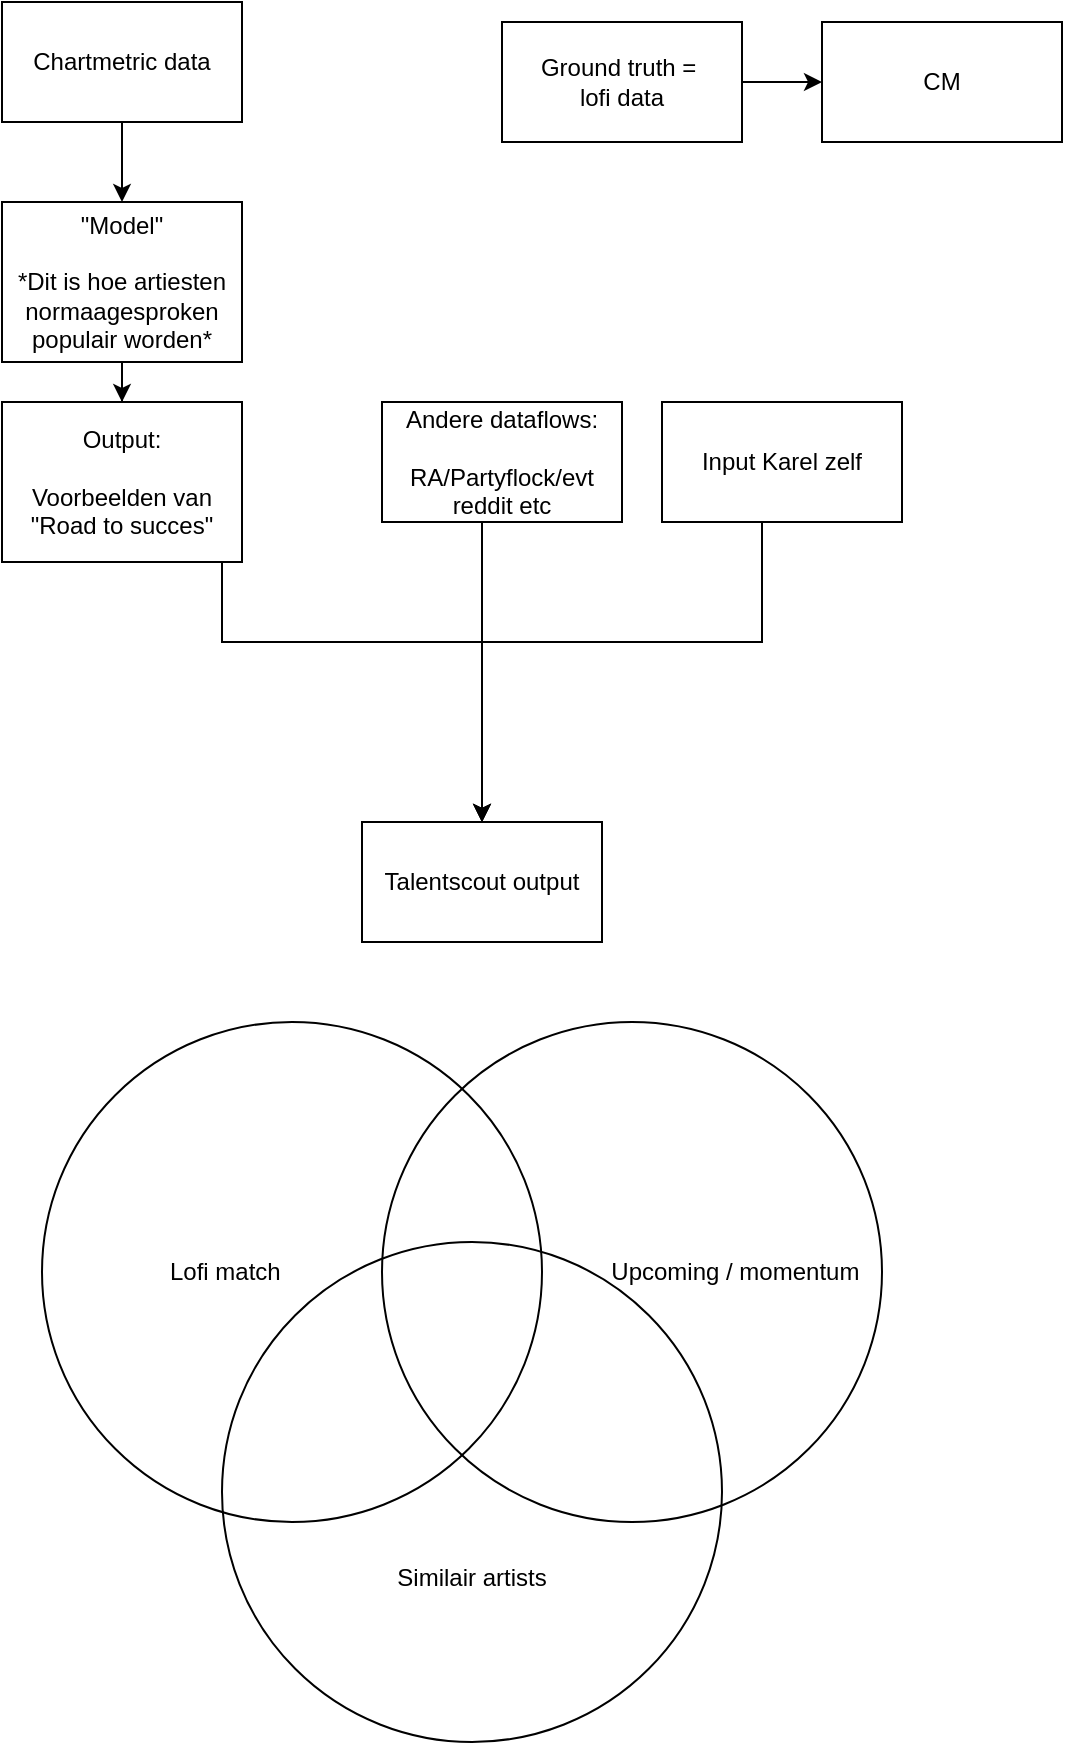
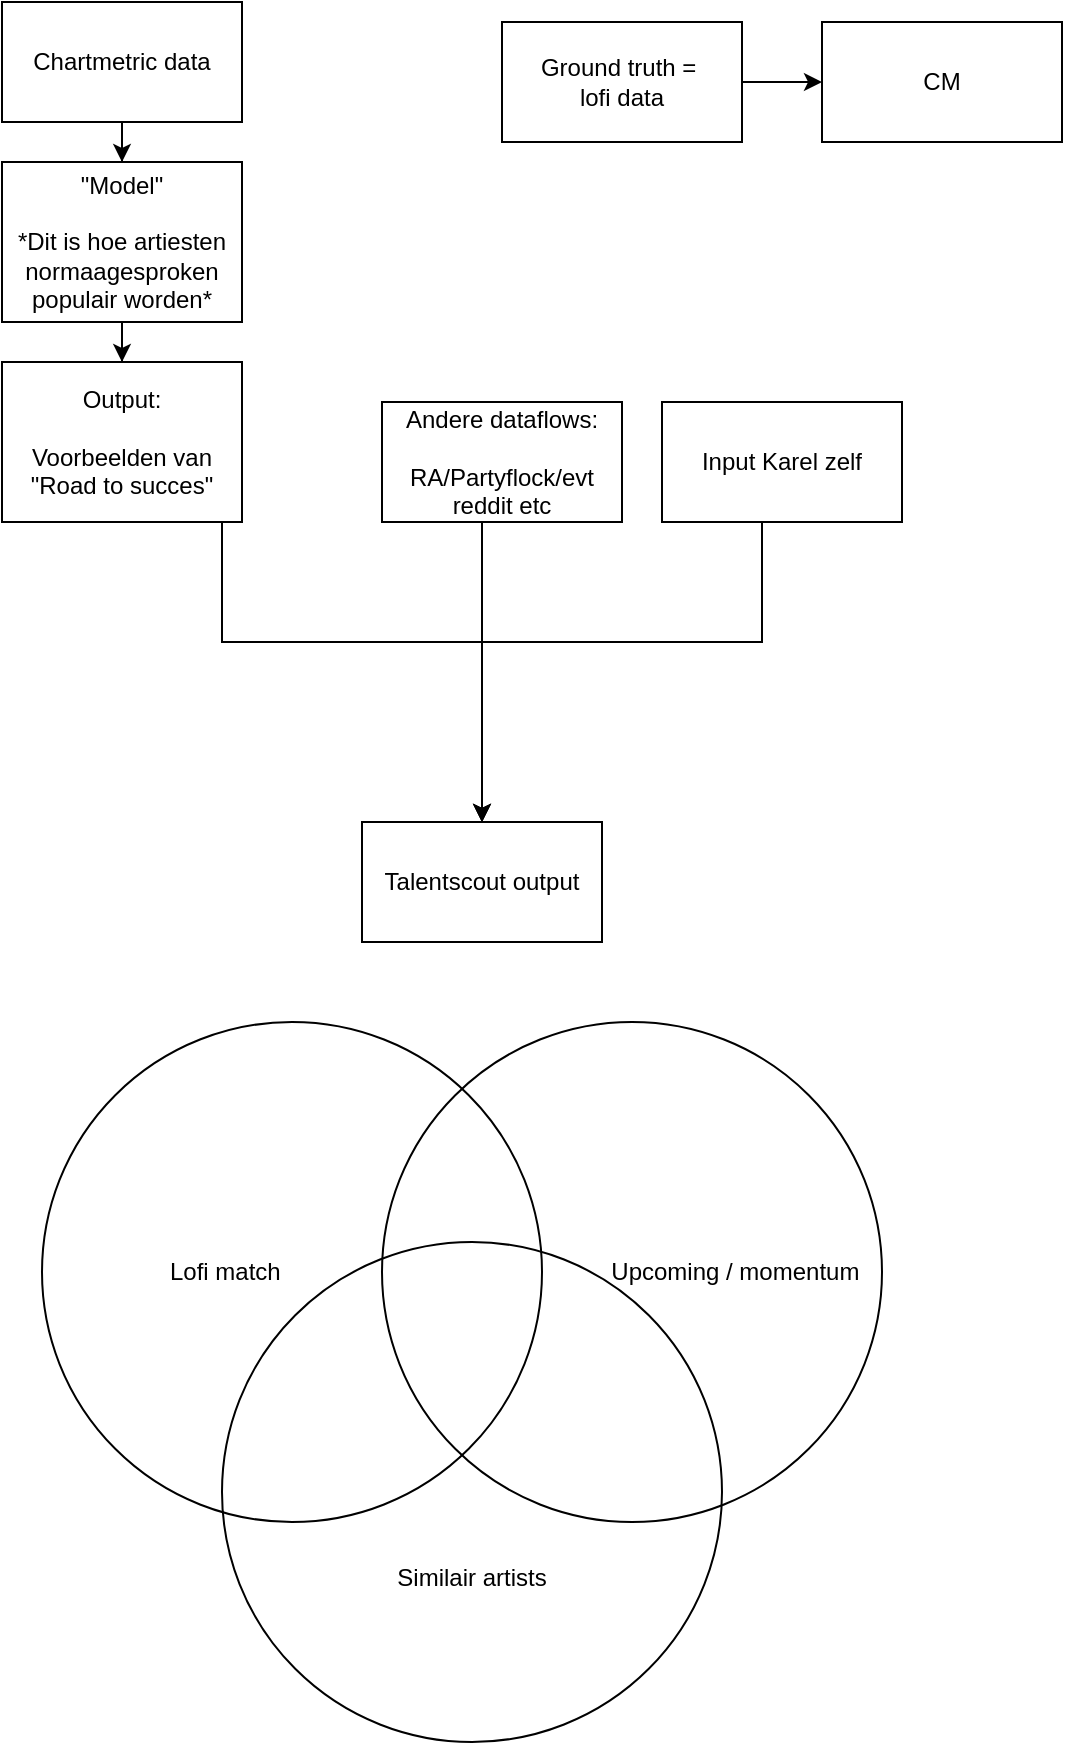
<mxfile host="app.diagrams.net">
  <diagram name="Pagina-1" id="noXttej1SAf8xjOeNVDw">
-     <mxGraphModel dx="803" dy="431" grid="1" gridSize="10" guides="1" tooltips="1" connect="1" arrows="1" fold="1" page="1" pageScale="1" pageWidth="827" pageHeight="1169" math="0" shadow="0">
+     <mxGraphModel dx="970" dy="520" grid="1" gridSize="10" guides="1" tooltips="1" connect="1" arrows="1" fold="1" page="1" pageScale="1" pageWidth="827" pageHeight="1169" math="0" shadow="0">
      <root>
        <mxCell id="0" />
        <mxCell id="1" parent="0" />
        <mxCell id="akCuC50f9PSZu7p6AyEB-3" edge="1" parent="1" source="akCuC50f9PSZu7p6AyEB-1" style="edgeStyle=orthogonalEdgeStyle;rounded=0;orthogonalLoop=1;jettySize=auto;html=1;" target="akCuC50f9PSZu7p6AyEB-2" value="">
          <mxGeometry relative="1" as="geometry" />
        </mxCell>
        <mxCell id="akCuC50f9PSZu7p6AyEB-1" parent="1" style="rounded=0;whiteSpace=wrap;html=1;" value="Chartmetric data" vertex="1">
          <mxGeometry height="60" width="120" x="250" y="50" as="geometry" />
        </mxCell>
        <mxCell id="akCuC50f9PSZu7p6AyEB-5" edge="1" parent="1" source="akCuC50f9PSZu7p6AyEB-2" style="edgeStyle=orthogonalEdgeStyle;rounded=0;orthogonalLoop=1;jettySize=auto;html=1;" target="akCuC50f9PSZu7p6AyEB-4" value="">
          <mxGeometry relative="1" as="geometry" />
        </mxCell>
        <mxCell id="akCuC50f9PSZu7p6AyEB-2" parent="1" style="rounded=0;whiteSpace=wrap;html=1;" value="&quot;Model&quot;&lt;div&gt;&lt;br&gt;&lt;/div&gt;&lt;div&gt;*Dit is hoe artiesten normaagesproken populair worden*&lt;/div&gt;" vertex="1">
-           <mxGeometry height="80" width="120" x="250" y="150" as="geometry" />
+           <mxGeometry height="80" width="120" x="250" y="130" as="geometry" />
        </mxCell>
        <mxCell id="akCuC50f9PSZu7p6AyEB-11" edge="1" parent="1" source="akCuC50f9PSZu7p6AyEB-4" style="edgeStyle=orthogonalEdgeStyle;rounded=0;orthogonalLoop=1;jettySize=auto;html=1;" target="akCuC50f9PSZu7p6AyEB-8">
          <mxGeometry relative="1" as="geometry">
            <Array as="points">
              <mxPoint x="360" y="370" />
              <mxPoint x="490" y="370" />
            </Array>
          </mxGeometry>
        </mxCell>
        <mxCell id="akCuC50f9PSZu7p6AyEB-4" parent="1" style="rounded=0;whiteSpace=wrap;html=1;" value="Output:&lt;div&gt;&lt;br&gt;&lt;/div&gt;&lt;div&gt;Voorbeelden van &quot;Road to succes&quot;&lt;/div&gt;" vertex="1">
-           <mxGeometry height="80" width="120" x="250" y="250" as="geometry" />
+           <mxGeometry height="80" width="120" x="250" y="230" as="geometry" />
        </mxCell>
        <mxCell id="akCuC50f9PSZu7p6AyEB-13" edge="1" parent="1" source="akCuC50f9PSZu7p6AyEB-6" style="edgeStyle=orthogonalEdgeStyle;rounded=0;orthogonalLoop=1;jettySize=auto;html=1;entryX=0.5;entryY=0;entryDx=0;entryDy=0;" target="akCuC50f9PSZu7p6AyEB-8">
          <mxGeometry relative="1" as="geometry">
            <Array as="points">
              <mxPoint x="490" y="310" />
              <mxPoint x="490" y="310" />
            </Array>
          </mxGeometry>
        </mxCell>
        <mxCell id="akCuC50f9PSZu7p6AyEB-6" parent="1" style="rounded=0;whiteSpace=wrap;html=1;" value="Andere dataflows:&lt;div&gt;&lt;br&gt;&lt;/div&gt;&lt;div&gt;RA/Partyflock/evt reddit etc&lt;/div&gt;" vertex="1">
          <mxGeometry height="60" width="120" x="440" y="250" as="geometry" />
        </mxCell>
        <mxCell id="akCuC50f9PSZu7p6AyEB-8" parent="1" style="rounded=0;whiteSpace=wrap;html=1;" value="Talentscout output" vertex="1">
          <mxGeometry height="60" width="120" x="430" y="460" as="geometry" />
        </mxCell>
        <mxCell id="akCuC50f9PSZu7p6AyEB-16" edge="1" parent="1" source="akCuC50f9PSZu7p6AyEB-14" style="edgeStyle=orthogonalEdgeStyle;rounded=0;orthogonalLoop=1;jettySize=auto;html=1;" target="akCuC50f9PSZu7p6AyEB-8">
          <mxGeometry relative="1" as="geometry">
            <Array as="points">
              <mxPoint x="630" y="370" />
              <mxPoint x="490" y="370" />
            </Array>
          </mxGeometry>
        </mxCell>
        <mxCell id="akCuC50f9PSZu7p6AyEB-14" parent="1" style="rounded=0;whiteSpace=wrap;html=1;" value="Input Karel zelf" vertex="1">
          <mxGeometry height="60" width="120" x="580" y="250" as="geometry" />
        </mxCell>
        <mxCell id="akCuC50f9PSZu7p6AyEB-19" edge="1" parent="1" source="akCuC50f9PSZu7p6AyEB-17" style="edgeStyle=orthogonalEdgeStyle;rounded=0;orthogonalLoop=1;jettySize=auto;html=1;" target="akCuC50f9PSZu7p6AyEB-18" value="">
          <mxGeometry relative="1" as="geometry" />
        </mxCell>
        <mxCell id="akCuC50f9PSZu7p6AyEB-17" parent="1" style="rounded=0;whiteSpace=wrap;html=1;" value="Ground truth =&amp;nbsp;&lt;div&gt;lofi data&lt;/div&gt;" vertex="1">
          <mxGeometry height="60" width="120" x="500" y="60" as="geometry" />
        </mxCell>
        <mxCell id="akCuC50f9PSZu7p6AyEB-18" parent="1" style="rounded=0;whiteSpace=wrap;html=1;" value="CM" vertex="1">
          <mxGeometry height="60" width="120" x="660" y="60" as="geometry" />
        </mxCell>
        <mxCell id="akCuC50f9PSZu7p6AyEB-20" parent="1" style="ellipse;whiteSpace=wrap;html=1;fillColor=none;" value="Lofi match&amp;nbsp; &amp;nbsp; &amp;nbsp; &amp;nbsp; &amp;nbsp; &amp;nbsp; &amp;nbsp; &amp;nbsp; &amp;nbsp; &amp;nbsp;&amp;nbsp;" vertex="1">
          <mxGeometry height="250" width="250" x="270" y="560" as="geometry" />
        </mxCell>
        <mxCell id="akCuC50f9PSZu7p6AyEB-21" parent="1" style="ellipse;whiteSpace=wrap;html=1;fillColor=none;" value="&amp;nbsp; &amp;nbsp; &amp;nbsp; &amp;nbsp; &amp;nbsp; &amp;nbsp; &amp;nbsp; &amp;nbsp; &amp;nbsp; &amp;nbsp; &amp;nbsp; &amp;nbsp; &amp;nbsp; &amp;nbsp; &amp;nbsp; &amp;nbsp;&lt;span style=&quot;background-color: transparent; color: light-dark(rgb(0, 0, 0), rgb(255, 255, 255));&quot;&gt;Upcoming / momentum&lt;/span&gt;" vertex="1">
          <mxGeometry height="250" width="250" x="440" y="560" as="geometry" />
        </mxCell>
        <mxCell id="akCuC50f9PSZu7p6AyEB-23" parent="1" style="ellipse;whiteSpace=wrap;html=1;fillColor=none;" value="&lt;div&gt;&lt;br&gt;&lt;/div&gt;&lt;div&gt;&lt;br&gt;&lt;/div&gt;&lt;div&gt;&lt;br&gt;&lt;/div&gt;&lt;div&gt;&lt;br&gt;&lt;/div&gt;&lt;div&gt;&lt;br&gt;&lt;/div&gt;&lt;div&gt;&lt;br&gt;&lt;/div&gt;&lt;div&gt;Similair artists&lt;/div&gt;" vertex="1">
          <mxGeometry height="250" width="250" x="360" y="670" as="geometry" />
        </mxCell>
      </root>
    </mxGraphModel>
  </diagram>
</mxfile>
